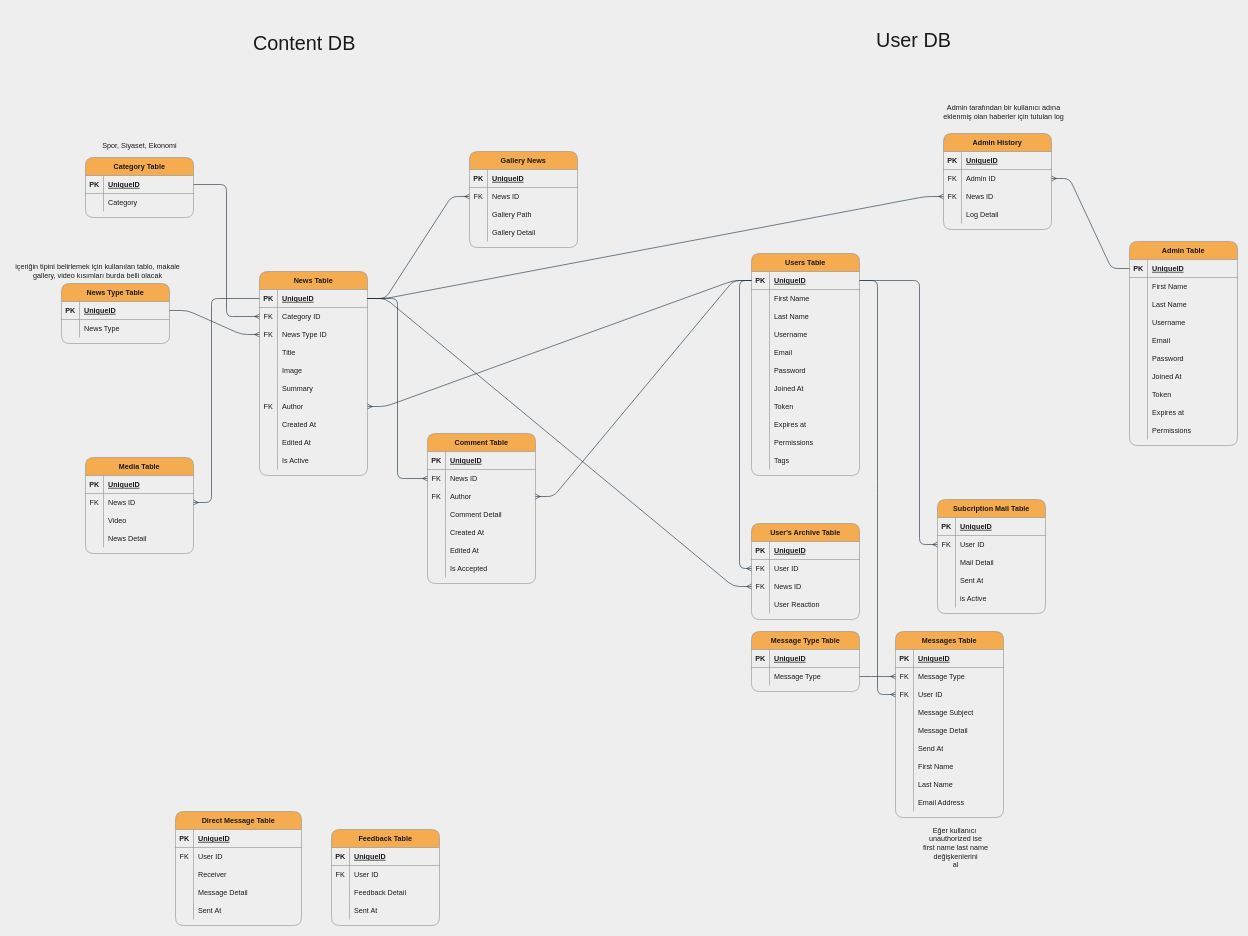
Earlier version of the draw.io diagram docs/Backend_Diagram.drawio (ArmaGroupEngineering/ArmaHaberBackend). Source tidied: cells renumbered, new cells numbered last; positions are measured from the earlier drawing's top-left corner, leaving out a move shared by most shapes. Both pictures are drawn from the tidied source at 60%, with x=0, y=0 at pixel (10, 10).
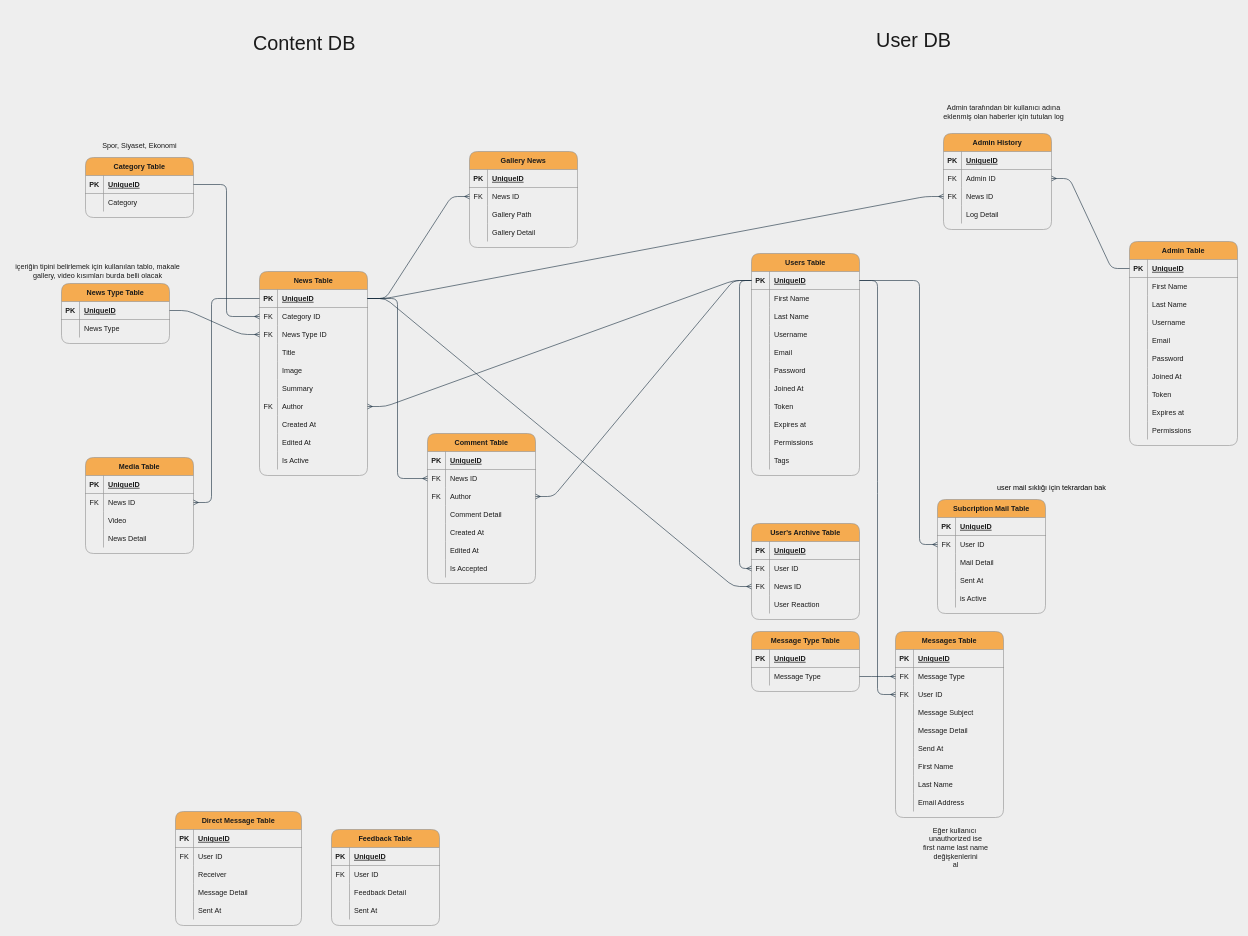
After the change.

Commit message (it also covers changes not shown here):
database tabloları oluşturuldu, bağlantılar kaldı

Diff of the diagram source:
```diff
@@
+    <mxCell id="286" value="user mail sıklığı için tekrardan bak" style="text;html=1;align=center;verticalAlign=middle;strokeColor=none;fillColor=none;" parent="1" vertex="1">
+      <mxGeometry x="1635" y="785" width="200" height="20" as="geometry" />
+    </mxCell>
```
